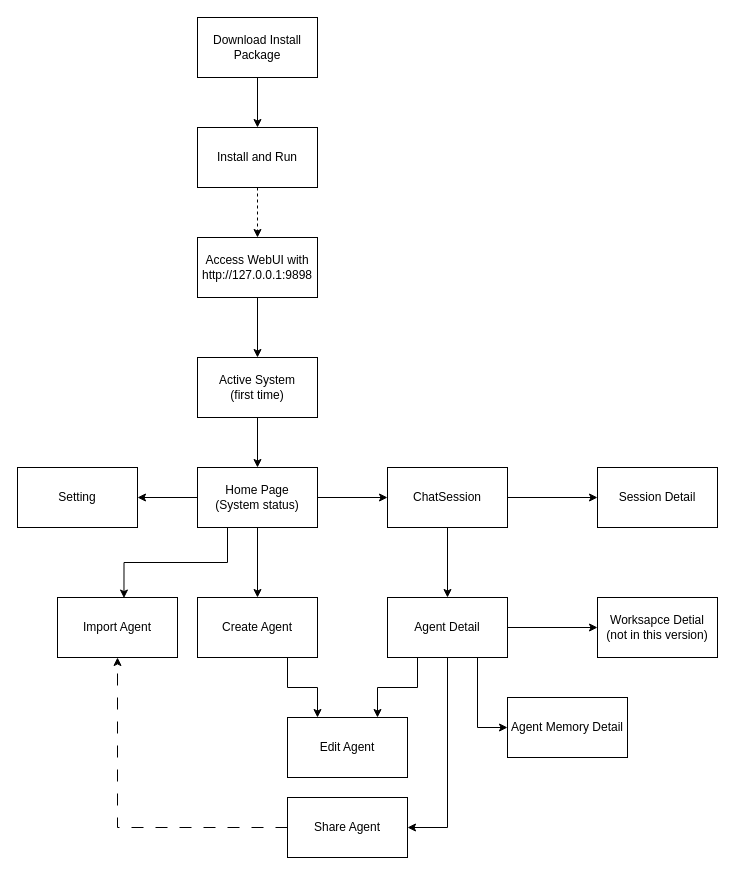
The draw.io diagram page "0.5.2 UI Logic" (1 of 5) of doc/PRD/AI App.drawio in buckyos/buckyos, before the edit. Source tidied: cells renumbered, new cells numbered last; positions are measured from the earlier drawing's top-left corner, leaving out a move shared by most shapes. Both pictures are drawn from the tidied source at 100%, with x=0, y=0 at pixel (17, 17).
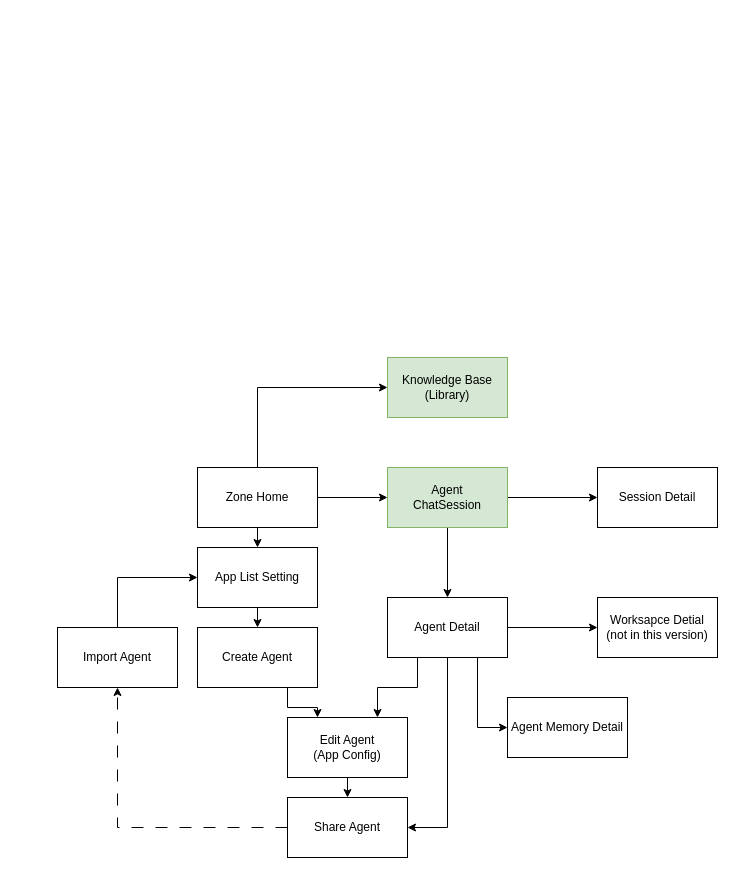
The same page after the edit.

The change refers to these unchanged cells:
```xml
<mxCell id="28" value="Share Agent" style="rounded=0;whiteSpace=wrap;html=1;" parent="1" vertex="1">
  <mxGeometry x="270" y="780" width="120" height="60" as="geometry" />
</mxCell>
```

The edit, as a diff of the source:
```diff
@@
-    <mxCell id="2" style="edgeStyle=orthogonalEdgeStyle;rounded=0;jettySize=auto;html=1;exitX=0.5;exitY=1;exitDx=0;exitDy=0;entryX=0.5;entryY=0;entryDx=0;entryDy=0;" parent="1" edge="1" source="3" target="9">
-      <mxGeometry relative="1" as="geometry" />
-    </mxCell>
-    <mxCell id="3" value="Download Install Package" style="rounded=0;whiteSpace=wrap;html=1;" parent="1" vertex="1">
-      <mxGeometry x="180" width="120" height="60" as="geometry" />
-    </mxCell>
-    <mxCell id="4" style="edgeStyle=orthogonalEdgeStyle;rounded=0;jettySize=auto;html=1;exitX=0.5;exitY=1;exitDx=0;exitDy=0;" parent="1" edge="1" source="5" target="7">
-      <mxGeometry relative="1" as="geometry" />
-    </mxCell>
-    <mxCell id="5" value="Access WebUI with http://127.0.0.1:9898" style="rounded=0;whiteSpace=wrap;html=1;" parent="1" vertex="1">
-      <mxGeometry x="180" y="220" width="120" height="60" as="geometry" />
-    </mxCell>
-    <mxCell id="6" style="edgeStyle=orthogonalEdgeStyle;rounded=0;jettySize=auto;html=1;exitX=0.5;exitY=1;exitDx=0;exitDy=0;" parent="1" edge="1" source="7" target="17">
-      <mxGeometry relative="1" as="geometry" />
-    </mxCell>
-    <mxCell id="7" value="Active System&lt;br&gt;(first time)" style="rounded=0;whiteSpace=wrap;html=1;" parent="1" vertex="1">
-      <mxGeometry x="180" y="340" width="120" height="60" as="geometry" />
-    </mxCell>
-    <mxCell id="8" style="edgeStyle=orthogonalEdgeStyle;rounded=0;jettySize=auto;html=1;exitX=0.5;exitY=1;exitDx=0;exitDy=0;entryX=0.5;entryY=0;entryDx=0;entryDy=0;dashed=1;" parent="1" edge="1" source="9" target="5">
-      <mxGeometry relative="1" as="geometry" />
-    </mxCell>
-    <mxCell id="9" value="Install and Run" style="rounded=0;whiteSpace=wrap;html=1;" parent="1" vertex="1">
-      <mxGeometry x="180" y="110" width="120" height="60" as="geometry" />
-    </mxCell>
-    <mxCell id="10" value="Setting" style="rounded=0;whiteSpace=wrap;html=1;" parent="1" vertex="1">
-      <mxGeometry y="450" width="120" height="60" as="geometry" />
-    </mxCell>
@@
-    <mxCell id="12" style="edgeStyle=orthogonalEdgeStyle;rounded=0;jettySize=auto;html=1;" parent="1" edge="1" source="17" target="19">
-      <mxGeometry relative="1" as="geometry" />
-    </mxCell>
@@
-    <mxCell id="14" value="ChatSession" style="rounded=0;whiteSpace=wrap;html=1;" parent="1" vertex="1">
+    <mxCell id="14" value="&lt;div&gt;Agent&lt;/div&gt;ChatSession" style="rounded=0;whiteSpace=wrap;html=1;fillColor=#d5e8d4;strokeColor=#82b366;" parent="1" vertex="1">
       <mxGeometry x="370" y="450" width="120" height="60" as="geometry" />
     </mxCell>
-    <mxCell id="15" style="edgeStyle=orthogonalEdgeStyle;rounded=0;jettySize=auto;html=1;exitX=0;exitY=0.5;exitDx=0;exitDy=0;" parent="1" edge="1" source="17" target="10">
-      <mxGeometry relative="1" as="geometry" />
-    </mxCell>
@@
+    <mxCell id="33" style="edgeStyle=orthogonalEdgeStyle;rounded=0;jettySize=auto;html=1;exitX=0.5;exitY=0;exitDx=0;exitDy=0;entryX=0;entryY=0.5;entryDx=0;entryDy=0;" parent="1" edge="1" source="17" target="37">
+      <mxGeometry relative="1" as="geometry" />
+    </mxCell>
+    <mxCell id="34" style="edgeStyle=orthogonalEdgeStyle;rounded=0;jettySize=auto;html=1;exitX=0.5;exitY=1;exitDx=0;exitDy=0;entryX=0.5;entryY=0;entryDx=0;entryDy=0;" parent="1" edge="1" source="17" target="39">
+      <mxGeometry relative="1" as="geometry" />
+    </mxCell>
-    <mxCell id="17" value="Home Page&lt;br&gt;(System status)" style="rounded=0;whiteSpace=wrap;html=1;" parent="1" vertex="1">
+    <mxCell id="17" value="Zone Home" style="rounded=0;whiteSpace=wrap;html=1;" parent="1" vertex="1">
       <mxGeometry x="180" y="450" width="120" height="60" as="geometry" />
     </mxCell>
@@
     <mxCell id="19" value="Create Agent" style="rounded=0;whiteSpace=wrap;html=1;" parent="1" vertex="1">
-      <mxGeometry x="180" y="580" width="120" height="60" as="geometry" />
+      <mxGeometry x="180" y="610" width="120" height="60" as="geometry" />
     </mxCell>
+    <mxCell id="35" style="edgeStyle=orthogonalEdgeStyle;rounded=0;jettySize=auto;html=1;exitX=0.5;exitY=0;exitDx=0;exitDy=0;entryX=0;entryY=0.5;entryDx=0;entryDy=0;" parent="1" edge="1" source="20" target="39">
+      <mxGeometry relative="1" as="geometry" />
+    </mxCell>
     <mxCell id="20" value="Import Agent" style="rounded=0;whiteSpace=wrap;html=1;" parent="1" vertex="1">
-      <mxGeometry x="40" y="580" width="120" height="60" as="geometry" />
+      <mxGeometry x="40" y="610" width="120" height="60" as="geometry" />
     </mxCell>
@@
-    <mxCell id="26" style="edgeStyle=orthogonalEdgeStyle;rounded=0;jettySize=auto;html=1;exitX=0.25;exitY=1;exitDx=0;exitDy=0;entryX=0.554;entryY=0.009;entryDx=0;entryDy=0;entryPerimeter=0;" parent="1" edge="1" source="17" target="20">
-      <mxGeometry relative="1" as="geometry" />
-    </mxCell>
@@
+    <mxCell id="36" style="edgeStyle=orthogonalEdgeStyle;rounded=0;jettySize=auto;html=1;exitX=0.5;exitY=1;exitDx=0;exitDy=0;entryX=0.5;entryY=0;entryDx=0;entryDy=0;" parent="1" edge="1" source="29" target="28">
+      <mxGeometry relative="1" as="geometry" />
+    </mxCell>
-    <mxCell id="29" value="Edit Agent" style="rounded=0;whiteSpace=wrap;html=1;" parent="1" vertex="1">
+    <mxCell id="29" value="Edit Agent&lt;div&gt;(App Config)&lt;/div&gt;" style="rounded=0;whiteSpace=wrap;html=1;" parent="1" vertex="1">
       <mxGeometry x="270" y="700" width="120" height="60" as="geometry" />
     </mxCell>
@@
+    <mxCell id="37" value="Knowledge Base&lt;div&gt;(Library)&lt;/div&gt;" style="rounded=0;whiteSpace=wrap;html=1;fillColor=#d5e8d4;strokeColor=#82b366;" parent="1" vertex="1">
+      <mxGeometry x="370" y="340" width="120" height="60" as="geometry" />
+    </mxCell>
+    <mxCell id="38" style="edgeStyle=orthogonalEdgeStyle;rounded=0;jettySize=auto;html=1;exitX=0.5;exitY=1;exitDx=0;exitDy=0;entryX=0.5;entryY=0;entryDx=0;entryDy=0;" parent="1" edge="1" source="39" target="19">
+      <mxGeometry relative="1" as="geometry" />
+    </mxCell>
+    <mxCell id="39" value="App List Setting" style="rounded=0;whiteSpace=wrap;html=1;" parent="1" vertex="1">
+      <mxGeometry x="180" y="530" width="120" height="60" as="geometry" />
+    </mxCell>
```
